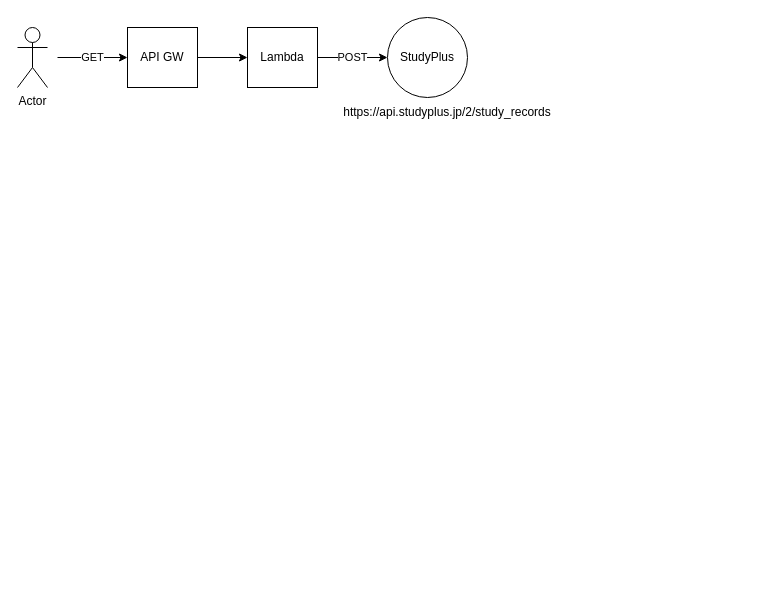
Above: studyplus.drawio in bunsugi/study-record (draw.io), before the change. Source tidied: cells renumbered, new cells numbered last; positions are measured from the earlier drawing's top-left corner, leaving out a move shared by most shapes. Both pictures are drawn from the tidied source at 100%, with x=0, y=0 at pixel (17, 17).
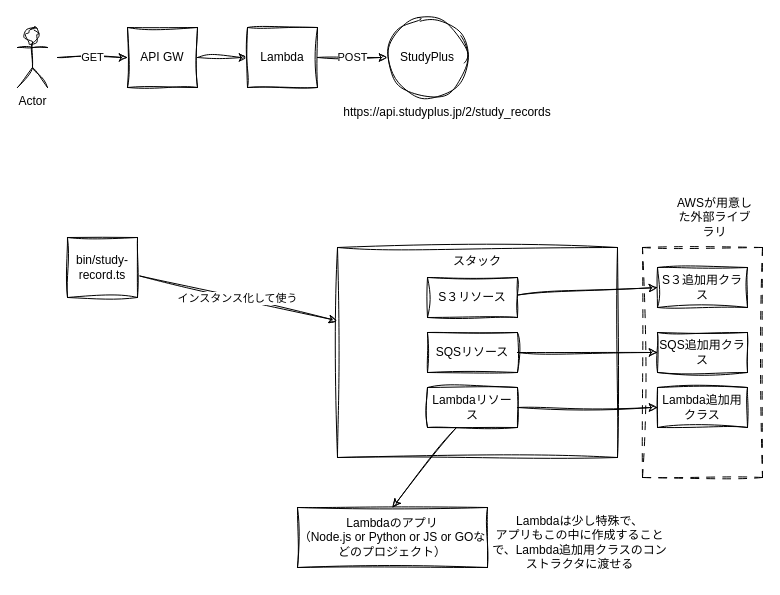
The same diagram, later.

Change to the diagram source:
```diff
@@
+    <mxCell id="10" style="rounded=0;whiteSpace=wrap;html=1;fillColor=none;dashed=1;dashPattern=8 8;sketch=1;curveFitting=1;jiggle=2;" parent="1" vertex="1">
+      <mxGeometry x="625" y="230" width="120" height="230" as="geometry" />
+    </mxCell>
-    <mxCell id="2" style="edgeStyle=none;html=1;exitX=1;exitY=0.5;exitDx=0;exitDy=0;entryX=0;entryY=0.5;entryDx=0;entryDy=0;" parent="1" edge="1" source="3" target="5">
+    <mxCell id="2" style="edgeStyle=none;html=1;exitX=1;exitY=0.5;exitDx=0;exitDy=0;entryX=0;entryY=0.5;entryDx=0;entryDy=0;sketch=1;curveFitting=1;jiggle=2;" parent="1" edge="1" source="3" target="5">
       <mxGeometry relative="1" as="geometry" />
     </mxCell>
-    <mxCell id="3" value="API GW" style="rounded=0;whiteSpace=wrap;html=1;" parent="1" vertex="1">
+    <mxCell id="3" value="API GW" style="rounded=0;whiteSpace=wrap;html=1;sketch=1;curveFitting=1;jiggle=2;" parent="1" vertex="1">
       <mxGeometry x="110" y="10" width="70" height="60" as="geometry" />
     </mxCell>
-    <mxCell id="4" value="POST" style="edgeStyle=none;html=1;exitX=1;exitY=0.5;exitDx=0;exitDy=0;entryX=0;entryY=0.5;entryDx=0;entryDy=0;" parent="1" edge="1" source="5" target="6">
+    <mxCell id="4" value="POST" style="edgeStyle=none;html=1;exitX=1;exitY=0.5;exitDx=0;exitDy=0;entryX=0;entryY=0.5;entryDx=0;entryDy=0;sketch=1;curveFitting=1;jiggle=2;" parent="1" edge="1" source="5" target="6">
       <mxGeometry relative="1" as="geometry" />
     </mxCell>
-    <mxCell id="5" value="Lambda" style="rounded=0;whiteSpace=wrap;html=1;" parent="1" vertex="1">
+    <mxCell id="5" value="Lambda" style="rounded=0;whiteSpace=wrap;html=1;sketch=1;curveFitting=1;jiggle=2;" parent="1" vertex="1">
       <mxGeometry x="230" y="10" width="70" height="60" as="geometry" />
     </mxCell>
-    <mxCell id="6" value="StudyPlus" style="ellipse;whiteSpace=wrap;html=1;" parent="1" vertex="1">
+    <mxCell id="6" value="StudyPlus" style="ellipse;whiteSpace=wrap;html=1;sketch=1;curveFitting=1;jiggle=2;" parent="1" vertex="1">
       <mxGeometry x="370" width="80" height="80" as="geometry" />
     </mxCell>
-    <mxCell id="7" value="GET" style="edgeStyle=none;html=1;entryX=0;entryY=0.5;entryDx=0;entryDy=0;" parent="1" edge="1" target="3">
+    <mxCell id="7" value="GET" style="edgeStyle=none;html=1;entryX=0;entryY=0.5;entryDx=0;entryDy=0;sketch=1;curveFitting=1;jiggle=2;" parent="1" edge="1" target="3">
       <mxGeometry relative="1" as="geometry">
         <mxPoint x="40" y="40" as="sourcePoint" />
       </mxGeometry>
     </mxCell>
-    <mxCell id="8" value="Actor" style="shape=umlActor;verticalLabelPosition=bottom;verticalAlign=top;html=1;" parent="1" vertex="1">
+    <mxCell id="8" value="Actor" style="shape=umlActor;verticalLabelPosition=bottom;verticalAlign=top;html=1;sketch=1;curveFitting=1;jiggle=2;" parent="1" vertex="1">
       <mxGeometry y="10" width="30" height="60" as="geometry" />
     </mxCell>
-    <mxCell id="9" value="https://api.studyplus.jp/2/study_records" style="text;html=1;strokeColor=none;fillColor=none;align=center;verticalAlign=middle;whiteSpace=wrap;rounded=0;" parent="1" vertex="1">
+    <mxCell id="9" value="https://api.studyplus.jp/2/study_records" style="text;html=1;strokeColor=none;fillColor=none;align=center;verticalAlign=middle;whiteSpace=wrap;rounded=0;sketch=1;curveFitting=1;jiggle=2;" parent="1" vertex="1">
       <mxGeometry x="400" y="80" width="60" height="30" as="geometry" />
     </mxCell>
+    <mxCell id="11" value="インスタンス化して使う" style="edgeStyle=none;html=1;sketch=1;curveFitting=1;jiggle=2;" parent="1" edge="1" source="12" target="15">
+      <mxGeometry relative="1" as="geometry" />
+    </mxCell>
+    <mxCell id="12" value="bin/study-record.ts" style="rounded=0;whiteSpace=wrap;html=1;sketch=1;curveFitting=1;jiggle=2;" parent="1" vertex="1">
+      <mxGeometry x="50" y="220" width="70" height="60" as="geometry" />
+    </mxCell>
+    <mxCell id="13" value="S３追加用クラス" style="rounded=0;whiteSpace=wrap;html=1;sketch=1;curveFitting=1;jiggle=2;" parent="1" vertex="1">
+      <mxGeometry x="640" y="250" width="90" height="40" as="geometry" />
+    </mxCell>
+    <mxCell id="14" style="group;sketch=1;curveFitting=1;jiggle=2;" parent="1" vertex="1">
+      <mxGeometry x="320" y="230" width="280" height="210" as="geometry" />
+    </mxCell>
+    <mxCell id="15" value="スタック" style="rounded=0;whiteSpace=wrap;html=1;verticalAlign=top;sketch=1;curveFitting=1;jiggle=2;" parent="14" vertex="1">
+      <mxGeometry width="280" height="210" as="geometry" />
+    </mxCell>
+    <mxCell id="16" value="S３リソース" style="rounded=0;whiteSpace=wrap;html=1;sketch=1;curveFitting=1;jiggle=2;" parent="14" vertex="1">
+      <mxGeometry x="90" y="30" width="90" height="40" as="geometry" />
+    </mxCell>
+    <mxCell id="17" value="SQSリソース" style="rounded=0;whiteSpace=wrap;html=1;sketch=1;curveFitting=1;jiggle=2;" parent="14" vertex="1">
+      <mxGeometry x="90" y="85" width="90" height="40" as="geometry" />
+    </mxCell>
+    <mxCell id="18" value="Lambdaリソース" style="rounded=0;whiteSpace=wrap;html=1;sketch=1;curveFitting=1;jiggle=2;" parent="14" vertex="1">
+      <mxGeometry x="90" y="140" width="90" height="40" as="geometry" />
+    </mxCell>
+    <mxCell id="19" value="AWSが用意した外部ライブラリ" style="text;html=1;strokeColor=none;fillColor=none;align=center;verticalAlign=middle;whiteSpace=wrap;rounded=0;dashed=1;dashPattern=8 8;sketch=1;curveFitting=1;jiggle=2;" parent="1" vertex="1">
+      <mxGeometry x="655" y="170" width="85" height="60" as="geometry" />
+    </mxCell>
+    <mxCell id="20" style="edgeStyle=none;html=1;entryX=0;entryY=0.5;entryDx=0;entryDy=0;sketch=1;curveFitting=1;jiggle=2;" parent="1" edge="1" source="16" target="13">
+      <mxGeometry relative="1" as="geometry" />
+    </mxCell>
+    <mxCell id="21" value="SQS追加用クラス" style="rounded=0;whiteSpace=wrap;html=1;sketch=1;curveFitting=1;jiggle=2;" parent="1" vertex="1">
+      <mxGeometry x="640" y="315" width="90" height="40" as="geometry" />
+    </mxCell>
+    <mxCell id="22" style="edgeStyle=none;html=1;entryX=0;entryY=0.5;entryDx=0;entryDy=0;sketch=1;curveFitting=1;jiggle=2;" parent="1" edge="1" source="17" target="21">
+      <mxGeometry relative="1" as="geometry" />
+    </mxCell>
+    <mxCell id="23" value="Lambda追加用クラス" style="rounded=0;whiteSpace=wrap;html=1;sketch=1;curveFitting=1;jiggle=2;" parent="1" vertex="1">
+      <mxGeometry x="640" y="370" width="90" height="40" as="geometry" />
+    </mxCell>
+    <mxCell id="24" style="edgeStyle=none;html=1;entryX=0;entryY=0.5;entryDx=0;entryDy=0;sketch=1;curveFitting=1;jiggle=2;" parent="1" edge="1" source="18" target="23">
+      <mxGeometry relative="1" as="geometry" />
+    </mxCell>
+    <mxCell id="25" value="Lambdaのアプリ&lt;br&gt;（Node.js or Python or JS or GOなどのプロジェクト）" style="rounded=0;whiteSpace=wrap;html=1;sketch=1;curveFitting=1;jiggle=2;" parent="1" vertex="1">
+      <mxGeometry x="280" y="490" width="190" height="60" as="geometry" />
+    </mxCell>
+    <mxCell id="26" style="edgeStyle=none;html=1;entryX=0.5;entryY=0;entryDx=0;entryDy=0;sketch=1;curveFitting=1;jiggle=2;" parent="1" edge="1" source="18" target="25">
+      <mxGeometry relative="1" as="geometry" />
+    </mxCell>
+    <mxCell id="27" value="Lambdaは少し特殊で、&lt;br&gt;アプリもこの中に作成することで、Lambda追加用クラスのコンストラクタに渡せる" style="text;html=1;strokeColor=none;fillColor=none;align=center;verticalAlign=middle;whiteSpace=wrap;rounded=0;dashed=1;dashPattern=8 8;sketch=1;curveFitting=1;jiggle=2;" parent="1" vertex="1">
+      <mxGeometry x="470" y="490" width="185" height="70" as="geometry" />
+    </mxCell>
```
